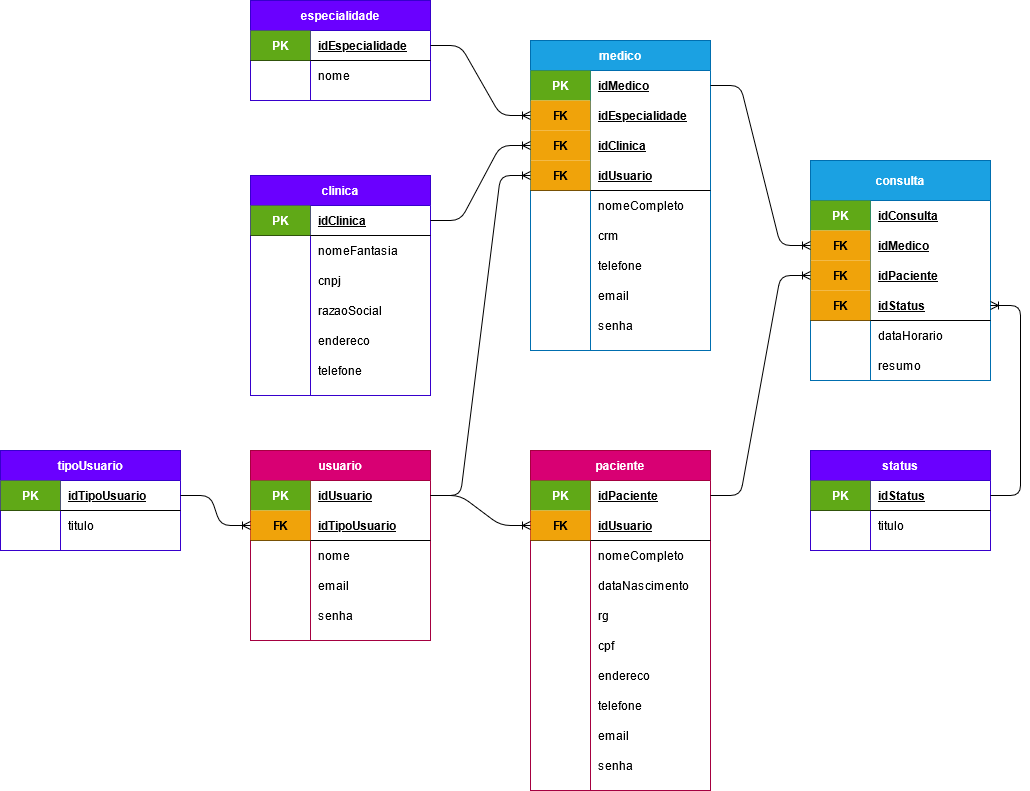
Earlier version of the draw.io export SP MEDICAL GROUP/sprint_1_BD/modelagens/modelagem-SP_MED_GROUP-lógico.png (s-f22/SENAI_2). Source tidied: cells renumbered, new cells last; positions are measured from the earlier drawing's top-left corner, leaving out a move shared by most shapes.
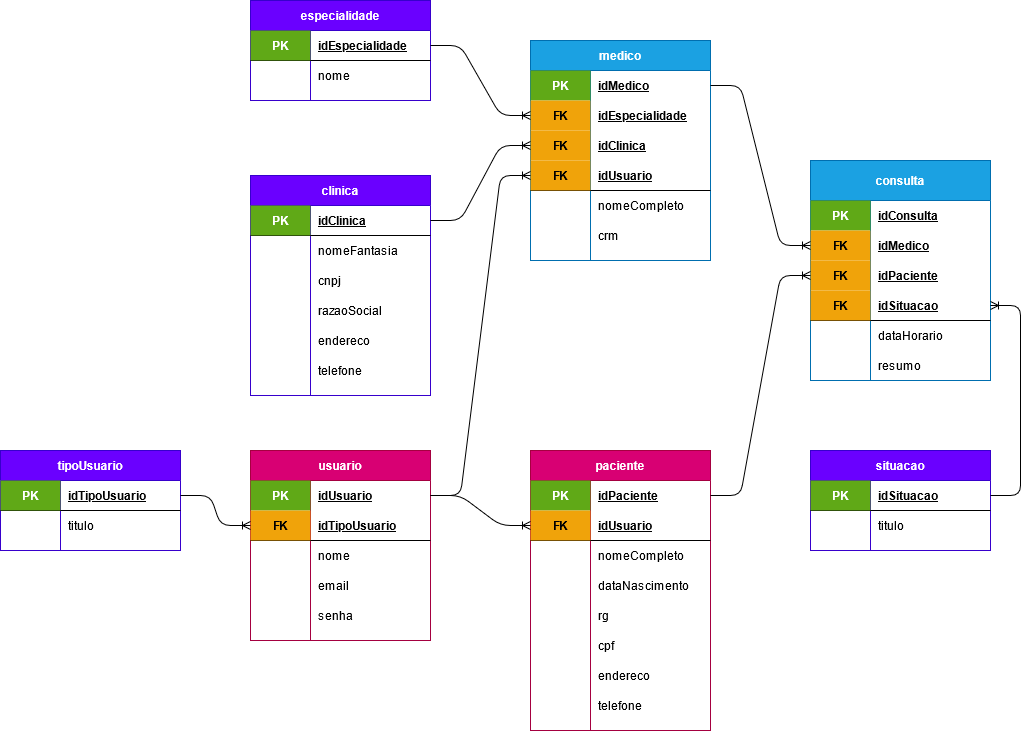
The same diagram one commit later.

Diff of the diagram source:
```diff
@@ -149,7 +149,7 @@
     <mxCell id="50" value="telefone" style="shape=partialRectangle;fillColor=none;top=0;left=0;bottom=0;right=0;align=left;spacingLeft=6;overflow=hidden;" parent="48" vertex="1">
       <mxGeometry x="60" width="120" height="30" as="geometry" />
     </mxCell>
-    <mxCell id="51" value="status" style="shape=table;startSize=30;rowLines=0;fontStyle=1;align=center;fillColor=#6a00ff;strokeColor=#3700CC;fontColor=#ffffff;" parent="1" vertex="1">
+    <mxCell id="51" value="situacao" style="shape=table;startSize=30;rowLines=0;fontStyle=1;align=center;fillColor=#6a00ff;strokeColor=#3700CC;fontColor=#ffffff;" parent="1" vertex="1">
       <mxGeometry x="810" y="450" width="180" height="100" as="geometry" />
     </mxCell>
     <mxCell id="52" style="shape=partialRectangle;fillColor=none;top=0;left=0;bottom=1;right=0;points=[[0,0.5],[1,0.5]];portConstraint=eastwest;" parent="51" vertex="1">
@@ -158,7 +158,7 @@
     <mxCell id="53" value="PK" style="shape=partialRectangle;fillColor=#60a917;top=0;left=0;bottom=0;right=0;fontStyle=1;overflow=hidden;strokeColor=#2D7600;fontColor=#ffffff;" parent="52" vertex="1">
       <mxGeometry width="60" height="30" as="geometry" />
     </mxCell>
-    <mxCell id="54" value="idStatus" style="shape=partialRectangle;fillColor=none;top=0;left=0;bottom=0;right=0;align=left;spacingLeft=6;fontStyle=5;overflow=hidden;" parent="52" vertex="1">
+    <mxCell id="54" value="idSituacao" style="shape=partialRectangle;fillColor=none;top=0;left=0;bottom=0;right=0;align=left;spacingLeft=6;fontStyle=5;overflow=hidden;" parent="52" vertex="1">
       <mxGeometry x="60" width="120" height="30" as="geometry" />
     </mxCell>
     <mxCell id="55" style="shape=partialRectangle;fillColor=none;top=0;left=0;bottom=0;right=0;" parent="51" vertex="1">
@@ -206,7 +206,7 @@
     <mxCell id="69" value="FK" style="shape=partialRectangle;fillColor=#f0a30a;top=0;left=0;bottom=0;right=0;fontStyle=1;overflow=hidden;strokeColor=#BD7000;fontColor=#000000;" parent="68" vertex="1">
       <mxGeometry width="60" height="30" as="geometry" />
     </mxCell>
-    <mxCell id="70" value="idStatus" style="shape=partialRectangle;fillColor=none;top=0;left=0;bottom=0;right=0;align=left;spacingLeft=6;fontStyle=5;overflow=hidden;" parent="68" vertex="1">
+    <mxCell id="70" value="idSituacao" style="shape=partialRectangle;fillColor=none;top=0;left=0;bottom=0;right=0;align=left;spacingLeft=6;fontStyle=5;overflow=hidden;" parent="68" vertex="1">
       <mxGeometry x="60" width="120" height="30" as="geometry" />
     </mxCell>
     <mxCell id="71" style="shape=partialRectangle;fillColor=none;top=0;left=0;bottom=0;right=0;" parent="58" vertex="1">
@@ -228,7 +228,7 @@
       <mxGeometry x="60" width="120" height="30" as="geometry" />
     </mxCell>
     <mxCell id="77" value="paciente" style="shape=table;startSize=30;rowLines=0;fontStyle=1;align=center;fillColor=#d80073;strokeColor=#A50040;fontColor=#ffffff;" parent="1" vertex="1">
-      <mxGeometry x="530" y="450" width="180" height="340" as="geometry" />
+      <mxGeometry x="530" y="450" width="180" height="280" as="geometry" />
     </mxCell>
     <mxCell id="78" style="shape=partialRectangle;fillColor=none;top=0;left=0;bottom=0;right=0;points=[[0,0.5],[1,0.5]];portConstraint=eastwest;" parent="77" vertex="1">
       <mxGeometry y="30" width="180" height="30" as="geometry" />
@@ -302,29 +302,11 @@
     <mxCell id="101" value="telefone" style="shape=partialRectangle;fillColor=none;top=0;left=0;bottom=0;right=0;align=left;spacingLeft=6;overflow=hidden;" parent="99" vertex="1">
       <mxGeometry x="60" width="120" height="30" as="geometry" />
     </mxCell>
-    <mxCell id="102" style="shape=partialRectangle;fillColor=none;top=0;left=0;bottom=0;right=0;" parent="77" vertex="1">
-      <mxGeometry y="270" width="180" height="30" as="geometry" />
-    </mxCell>
-    <mxCell id="103" style="shape=partialRectangle;fillColor=none;top=0;left=0;bottom=0;right=0;overflow=hidden;" parent="102" vertex="1">
-      <mxGeometry width="60" height="30" as="geometry" />
-    </mxCell>
-    <mxCell id="104" value="email" style="shape=partialRectangle;fillColor=none;top=0;left=0;bottom=0;right=0;align=left;spacingLeft=6;overflow=hidden;" parent="102" vertex="1">
-      <mxGeometry x="60" width="120" height="30" as="geometry" />
-    </mxCell>
-    <mxCell id="105" style="shape=partialRectangle;fillColor=none;top=0;left=0;bottom=0;right=0;" parent="77" vertex="1">
-      <mxGeometry y="300" width="180" height="30" as="geometry" />
-    </mxCell>
-    <mxCell id="106" style="shape=partialRectangle;fillColor=none;top=0;left=0;bottom=0;right=0;overflow=hidden;" parent="105" vertex="1">
-      <mxGeometry width="60" height="30" as="geometry" />
-    </mxCell>
-    <mxCell id="107" value="senha" style="shape=partialRectangle;fillColor=none;top=0;left=0;bottom=0;right=0;align=left;spacingLeft=6;overflow=hidden;" parent="105" vertex="1">
-      <mxGeometry x="60" width="120" height="30" as="geometry" />
-    </mxCell>
     <mxCell id="108" style="edgeStyle=entityRelationEdgeStyle;fontSize=12;html=1;endArrow=ERoneToMany;" parent="1" edge="1" source="10" target="81">
       <mxGeometry relative="1" as="geometry" />
     </mxCell>
     <mxCell id="109" value="medico" style="shape=table;startSize=30;rowLines=0;fontStyle=1;align=center;fillColor=#1ba1e2;strokeColor=#006EAF;fontColor=#ffffff;" parent="1" vertex="1">
-      <mxGeometry x="530" y="40" width="180" height="310" as="geometry" />
+      <mxGeometry x="530" y="40" width="180" height="220" as="geometry" />
     </mxCell>
     <mxCell id="110" style="shape=partialRectangle;fillColor=none;top=0;left=0;bottom=0;right=0;points=[[0,0.5],[1,0.5]];portConstraint=eastwest;" parent="109" vertex="1">
       <mxGeometry y="30" width="180" height="30" as="geometry" />
@@ -380,33 +362,6 @@
     <mxCell id="127" value="crm" style="shape=partialRectangle;fillColor=none;top=0;left=0;bottom=0;right=0;align=left;spacingLeft=6;overflow=hidden;" parent="125" vertex="1">
       <mxGeometry x="60" width="120" height="30" as="geometry" />
     </mxCell>
-    <mxCell id="128" style="shape=partialRectangle;fillColor=none;top=0;left=0;bottom=0;right=0;" parent="109" vertex="1">
-      <mxGeometry y="210" width="180" height="30" as="geometry" />
-    </mxCell>
-    <mxCell id="129" style="shape=partialRectangle;fillColor=none;top=0;left=0;bottom=0;right=0;overflow=hidden;" parent="128" vertex="1">
-      <mxGeometry width="60" height="30" as="geometry" />
-    </mxCell>
-    <mxCell id="130" value="telefone" style="shape=partialRectangle;fillColor=none;top=0;left=0;bottom=0;right=0;align=left;spacingLeft=6;overflow=hidden;" parent="128" vertex="1">
-      <mxGeometry x="60" width="120" height="30" as="geometry" />
-    </mxCell>
-    <mxCell id="131" style="shape=partialRectangle;fillColor=none;top=0;left=0;bottom=0;right=0;" parent="109" vertex="1">
-      <mxGeometry y="240" width="180" height="30" as="geometry" />
-    </mxCell>
-    <mxCell id="132" style="shape=partialRectangle;fillColor=none;top=0;left=0;bottom=0;right=0;overflow=hidden;" parent="131" vertex="1">
-      <mxGeometry width="60" height="30" as="geometry" />
-    </mxCell>
-    <mxCell id="133" value="email" style="shape=partialRectangle;fillColor=none;top=0;left=0;bottom=0;right=0;align=left;spacingLeft=6;overflow=hidden;" parent="131" vertex="1">
-      <mxGeometry x="60" width="120" height="30" as="geometry" />
-    </mxCell>
-    <mxCell id="134" style="shape=partialRectangle;fillColor=none;top=0;left=0;bottom=0;right=0;" parent="109" vertex="1">
-      <mxGeometry y="270" width="180" height="30" as="geometry" />
-    </mxCell>
-    <mxCell id="135" style="shape=partialRectangle;fillColor=none;top=0;left=0;bottom=0;right=0;overflow=hidden;" parent="134" vertex="1">
-      <mxGeometry width="60" height="30" as="geometry" />
-    </mxCell>
-    <mxCell id="136" value="senha" style="shape=partialRectangle;fillColor=none;top=0;left=0;bottom=0;right=0;align=left;spacingLeft=6;overflow=hidden;" parent="134" vertex="1">
-      <mxGeometry x="60" width="120" height="30" as="geometry" />
-    </mxCell>
     <mxCell id="137" style="edgeStyle=entityRelationEdgeStyle;fontSize=12;html=1;endArrow=ERoneToMany;" parent="1" edge="1" source="10" target="119">
       <mxGeometry relative="1" as="geometry" />
     </mxCell>
```
